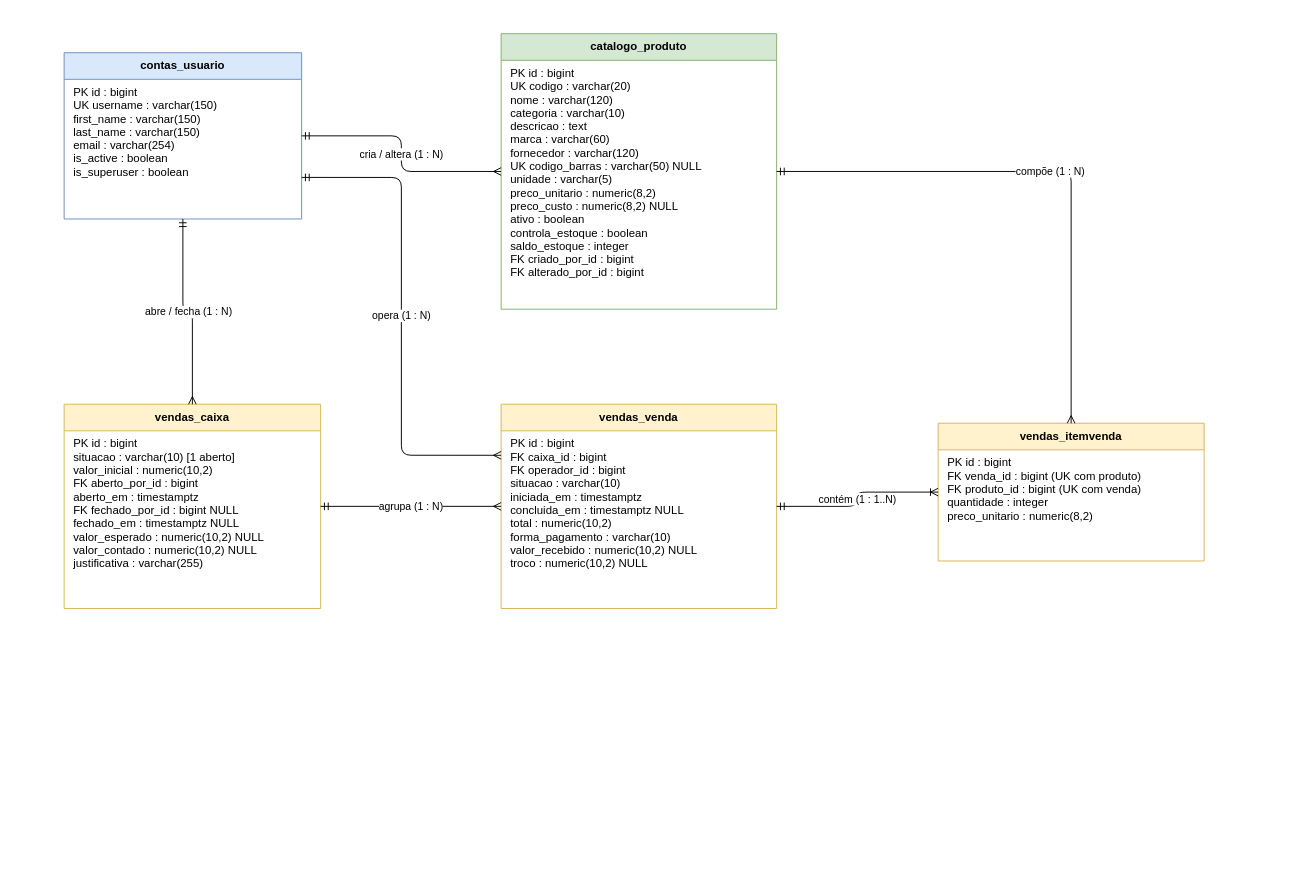
PedroGasparetto/sistema-dacomp keeps this draw.io diagram as docs/diagramas/diagrama_er.drawio. Above is the earlier version. Source tidied: cells renumbered, new cells numbered last; positions are measured from the earlier drawing's top-left corner, leaving out a move shared by most shapes. Both pictures are drawn from the tidied source at 95%, with x=0, y=0 at pixel (64, 33).
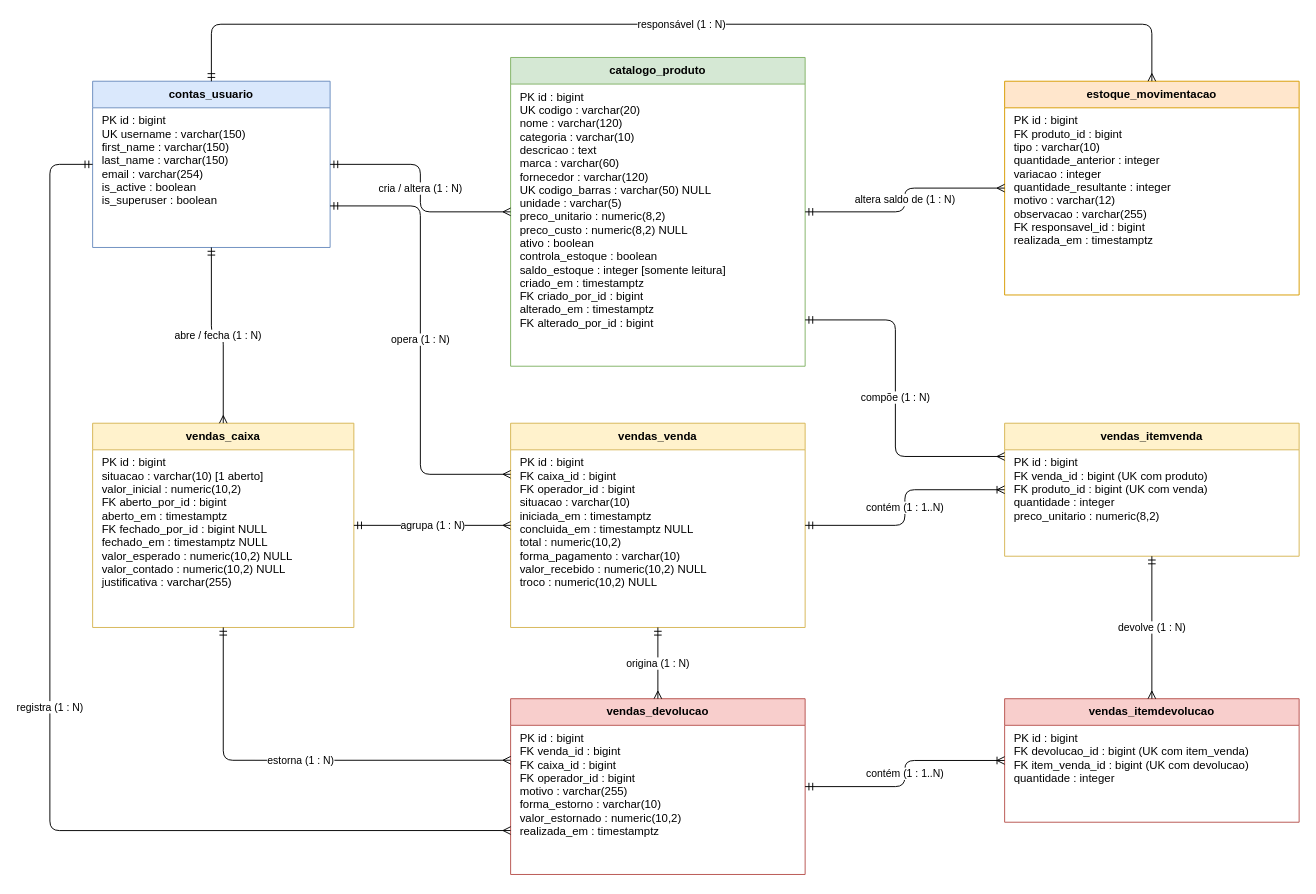
After the change.

Change to the diagram source:
```diff
@@
     <mxCell id="2" value="contas_usuario" style="swimlane;swimlaneFillColor=#ffffff;fontStyle=1;align=center;verticalAlign=top;horizontal=1;startSize=28;fillColor=#dae8fc;strokeColor=#6c8ebf;" parent="1" vertex="1">
-      <mxGeometry y="20" width="250" height="175" as="geometry" />
+      <mxGeometry x="30" y="50" width="250" height="175" as="geometry" />
     </mxCell>
@@
     <mxCell id="4" value="catalogo_produto" style="swimlane;swimlaneFillColor=#ffffff;fontStyle=1;align=center;verticalAlign=top;horizontal=1;startSize=28;fillColor=#d5e8d4;strokeColor=#82b366;" parent="1" vertex="1">
-      <mxGeometry x="460" width="290" height="290" as="geometry" />
+      <mxGeometry x="470" y="25" width="310" height="325" as="geometry" />
     </mxCell>
-    <mxCell id="5" value="PK  id : bigint&#10;UK  codigo : varchar(20)&#10;      nome : varchar(120)&#10;      categoria : varchar(10)&#10;      descricao : text&#10;      marca : varchar(60)&#10;      fornecedor : varchar(120)&#10;UK  codigo_barras : varchar(50) NULL&#10;      unidade : varchar(5)&#10;      preco_unitario : numeric(8,2)&#10;      preco_custo : numeric(8,2) NULL&#10;      ativo : boolean&#10;      controla_estoque : boolean&#10;      saldo_estoque : integer&#10;FK  criado_por_id : bigint&#10;FK  alterado_por_id : bigint" style="text;strokeColor=none;fillColor=none;align=left;verticalAlign=top;spacingLeft=8;spacingRight=8;overflow=hidden;" parent="4" vertex="1">
-      <mxGeometry y="28" width="290" height="262" as="geometry" />
+    <mxCell id="5" value="PK  id : bigint&#10;UK  codigo : varchar(20)&#10;      nome : varchar(120)&#10;      categoria : varchar(10)&#10;      descricao : text&#10;      marca : varchar(60)&#10;      fornecedor : varchar(120)&#10;UK  codigo_barras : varchar(50) NULL&#10;      unidade : varchar(5)&#10;      preco_unitario : numeric(8,2)&#10;      preco_custo : numeric(8,2) NULL&#10;      ativo : boolean&#10;      controla_estoque : boolean&#10;      saldo_estoque : integer [somente leitura]&#10;      criado_em : timestamptz&#10;FK  criado_por_id : bigint&#10;      alterado_em : timestamptz&#10;FK  alterado_por_id : bigint" style="text;strokeColor=none;fillColor=none;align=left;verticalAlign=top;spacingLeft=8;spacingRight=8;overflow=hidden;" parent="4" vertex="1">
+      <mxGeometry y="28" width="310" height="297" as="geometry" />
     </mxCell>
+    <mxCell id="18" value="estoque_movimentacao" style="swimlane;swimlaneFillColor=#ffffff;fontStyle=1;align=center;verticalAlign=top;horizontal=1;startSize=28;fillColor=#ffe6cc;strokeColor=#d79b00;" parent="1" vertex="1">
+      <mxGeometry x="990" y="50" width="310" height="225" as="geometry" />
+    </mxCell>
+    <mxCell id="19" value="PK  id : bigint&#10;FK  produto_id : bigint&#10;      tipo : varchar(10)&#10;      quantidade_anterior : integer&#10;      variacao : integer&#10;      quantidade_resultante : integer&#10;      motivo : varchar(12)&#10;      observacao : varchar(255)&#10;FK  responsavel_id : bigint&#10;      realizada_em : timestamptz" style="text;strokeColor=none;fillColor=none;align=left;verticalAlign=top;spacingLeft=8;spacingRight=8;overflow=hidden;" parent="18" vertex="1">
+      <mxGeometry y="28" width="310" height="197" as="geometry" />
+    </mxCell>
     <mxCell id="6" value="vendas_caixa" style="swimlane;swimlaneFillColor=#ffffff;fontStyle=1;align=center;verticalAlign=top;horizontal=1;startSize=28;fillColor=#fff2cc;strokeColor=#d6b656;" parent="1" vertex="1">
-      <mxGeometry y="390" width="270" height="215" as="geometry" />
+      <mxGeometry x="30" y="410" width="275" height="215" as="geometry" />
     </mxCell>
     <mxCell id="7" value="PK  id : bigint&#10;      situacao : varchar(10) [1 aberto]&#10;      valor_inicial : numeric(10,2)&#10;FK  aberto_por_id : bigint&#10;      aberto_em : timestamptz&#10;FK  fechado_por_id : bigint NULL&#10;      fechado_em : timestamptz NULL&#10;      valor_esperado : numeric(10,2) NULL&#10;      valor_contado : numeric(10,2) NULL&#10;      justificativa : varchar(255)" style="text;strokeColor=none;fillColor=none;align=left;verticalAlign=top;spacingLeft=8;spacingRight=8;overflow=hidden;" parent="6" vertex="1">
-      <mxGeometry y="28" width="270" height="187" as="geometry" />
+      <mxGeometry y="28" width="275" height="187" as="geometry" />
     </mxCell>
     <mxCell id="8" value="vendas_venda" style="swimlane;swimlaneFillColor=#ffffff;fontStyle=1;align=center;verticalAlign=top;horizontal=1;startSize=28;fillColor=#fff2cc;strokeColor=#d6b656;" parent="1" vertex="1">
-      <mxGeometry x="460" y="390" width="290" height="215" as="geometry" />
+      <mxGeometry x="470" y="410" width="310" height="215" as="geometry" />
     </mxCell>
     <mxCell id="9" value="PK  id : bigint&#10;FK  caixa_id : bigint&#10;FK  operador_id : bigint&#10;      situacao : varchar(10)&#10;      iniciada_em : timestamptz&#10;      concluida_em : timestamptz NULL&#10;      total : numeric(10,2)&#10;      forma_pagamento : varchar(10)&#10;      valor_recebido : numeric(10,2) NULL&#10;      troco : numeric(10,2) NULL" style="text;strokeColor=none;fillColor=none;align=left;verticalAlign=top;spacingLeft=8;spacingRight=8;overflow=hidden;" parent="8" vertex="1">
-      <mxGeometry y="28" width="290" height="187" as="geometry" />
+      <mxGeometry y="28" width="310" height="187" as="geometry" />
     </mxCell>
     <mxCell id="10" value="vendas_itemvenda" style="swimlane;swimlaneFillColor=#ffffff;fontStyle=1;align=center;verticalAlign=top;horizontal=1;startSize=28;fillColor=#fff2cc;strokeColor=#d6b656;" parent="1" vertex="1">
-      <mxGeometry x="920" y="410" width="280" height="145" as="geometry" />
+      <mxGeometry x="990" y="410" width="310" height="140" as="geometry" />
     </mxCell>
     <mxCell id="11" value="PK  id : bigint&#10;FK  venda_id : bigint (UK com produto)&#10;FK  produto_id : bigint (UK com venda)&#10;      quantidade : integer&#10;      preco_unitario : numeric(8,2)" style="text;strokeColor=none;fillColor=none;align=left;verticalAlign=top;spacingLeft=8;spacingRight=8;overflow=hidden;" parent="10" vertex="1">
-      <mxGeometry y="28" width="280" height="117" as="geometry" />
+      <mxGeometry y="28" width="310" height="112" as="geometry" />
     </mxCell>
+    <mxCell id="20" value="vendas_devolucao" style="swimlane;swimlaneFillColor=#ffffff;fontStyle=1;align=center;verticalAlign=top;horizontal=1;startSize=28;fillColor=#f8cecc;strokeColor=#b85450;" parent="1" vertex="1">
+      <mxGeometry x="470" y="700" width="310" height="185" as="geometry" />
+    </mxCell>
+    <mxCell id="21" value="PK  id : bigint&#10;FK  venda_id : bigint&#10;FK  caixa_id : bigint&#10;FK  operador_id : bigint&#10;      motivo : varchar(255)&#10;      forma_estorno : varchar(10)&#10;      valor_estornado : numeric(10,2)&#10;      realizada_em : timestamptz" style="text;strokeColor=none;fillColor=none;align=left;verticalAlign=top;spacingLeft=8;spacingRight=8;overflow=hidden;" parent="20" vertex="1">
+      <mxGeometry y="28" width="310" height="157" as="geometry" />
+    </mxCell>
+    <mxCell id="22" value="vendas_itemdevolucao" style="swimlane;swimlaneFillColor=#ffffff;fontStyle=1;align=center;verticalAlign=top;horizontal=1;startSize=28;fillColor=#f8cecc;strokeColor=#b85450;" parent="1" vertex="1">
+      <mxGeometry x="990" y="700" width="310" height="130" as="geometry" />
+    </mxCell>
+    <mxCell id="23" value="PK  id : bigint&#10;FK  devolucao_id : bigint (UK com item_venda)&#10;FK  item_venda_id : bigint (UK com devolucao)&#10;      quantidade : integer" style="text;strokeColor=none;fillColor=none;align=left;verticalAlign=top;spacingLeft=8;spacingRight=8;overflow=hidden;" parent="22" vertex="1">
+      <mxGeometry y="28" width="310" height="102" as="geometry" />
+    </mxCell>
@@
+    <mxCell id="24" value="responsável (1 : N)" style="edgeStyle=orthogonalEdgeStyle;exitX=0.5;exitY=0;entryX=0.5;entryY=0;startArrow=ERmandOne;endArrow=ERmany;html=1;labelBackgroundColor=#ffffff;" parent="1" edge="1" source="2" target="18">
+      <mxGeometry relative="1" as="geometry">
+        <Array as="points">
+          <mxPoint x="155" y="-10" />
+          <mxPoint x="1145" y="-10" />
+        </Array>
+      </mxGeometry>
+    </mxCell>
+    <mxCell id="25" value="altera saldo de (1 : N)" style="edgeStyle=orthogonalEdgeStyle;startArrow=ERmandOne;endArrow=ERmany;html=1;labelBackgroundColor=#ffffff;" parent="1" edge="1" source="4" target="18">
+      <mxGeometry relative="1" as="geometry" />
+    </mxCell>
@@
     <mxCell id="14" value="opera (1 : N)" style="edgeStyle=orthogonalEdgeStyle;exitX=1;exitY=0.75;entryX=0;entryY=0.25;startArrow=ERmandOne;endArrow=ERmany;html=1;labelBackgroundColor=#ffffff;" parent="1" edge="1" source="2" target="8">
       <mxGeometry relative="1" as="geometry">
         <Array as="points">
-          <mxPoint x="355" y="151" />
-          <mxPoint x="355" y="444" />
+          <mxPoint x="375" y="181" />
+          <mxPoint x="375" y="464" />
         </Array>
       </mxGeometry>
     </mxCell>
@@
-    <mxCell id="17" value="compõe (1 : N)" style="edgeStyle=orthogonalEdgeStyle;startArrow=ERmandOne;endArrow=ERmany;html=1;labelBackgroundColor=#ffffff;" parent="1" edge="1" source="4" target="10">
-      <mxGeometry relative="1" as="geometry" />
+    <mxCell id="17" value="compõe (1 : N)" style="edgeStyle=orthogonalEdgeStyle;exitX=1;exitY=0.85;entryX=0;entryY=0.25;startArrow=ERmandOne;endArrow=ERmany;html=1;labelBackgroundColor=#ffffff;" parent="1" edge="1" source="4" target="10">
+      <mxGeometry relative="1" as="geometry">
+        <Array as="points">
+          <mxPoint x="875" y="301" />
+          <mxPoint x="875" y="445" />
+        </Array>
+      </mxGeometry>
     </mxCell>
+    <mxCell id="26" value="origina (1 : N)" style="edgeStyle=orthogonalEdgeStyle;startArrow=ERmandOne;endArrow=ERmany;html=1;labelBackgroundColor=#ffffff;" parent="1" edge="1" source="8" target="20">
+      <mxGeometry relative="1" as="geometry" />
+    </mxCell>
+    <mxCell id="27" value="estorna (1 : N)" style="edgeStyle=orthogonalEdgeStyle;exitX=0.5;exitY=1;entryX=0;entryY=0.35;startArrow=ERmandOne;endArrow=ERmany;html=1;labelBackgroundColor=#ffffff;" parent="1" edge="1" source="6" target="20">
+      <mxGeometry relative="1" as="geometry">
+        <Array as="points">
+          <mxPoint x="168" y="765" />
+        </Array>
+      </mxGeometry>
+    </mxCell>
+    <mxCell id="28" value="registra (1 : N)" style="edgeStyle=orthogonalEdgeStyle;exitX=0;exitY=0.5;entryX=0;entryY=0.75;startArrow=ERmandOne;endArrow=ERmany;html=1;labelBackgroundColor=#ffffff;" parent="1" edge="1" source="2" target="20">
+      <mxGeometry relative="1" as="geometry">
+        <Array as="points">
+          <mxPoint x="-15" y="138" />
+          <mxPoint x="-15" y="839" />
+        </Array>
+      </mxGeometry>
+    </mxCell>
+    <mxCell id="29" value="contém (1 : 1..N)" style="edgeStyle=orthogonalEdgeStyle;startArrow=ERmandOne;endArrow=ERoneToMany;html=1;labelBackgroundColor=#ffffff;" parent="1" edge="1" source="20" target="22">
+      <mxGeometry relative="1" as="geometry" />
+    </mxCell>
+    <mxCell id="30" value="devolve (1 : N)" style="edgeStyle=orthogonalEdgeStyle;startArrow=ERmandOne;endArrow=ERmany;html=1;labelBackgroundColor=#ffffff;" parent="1" edge="1" source="10" target="22">
+      <mxGeometry relative="1" as="geometry" />
+    </mxCell>
```
